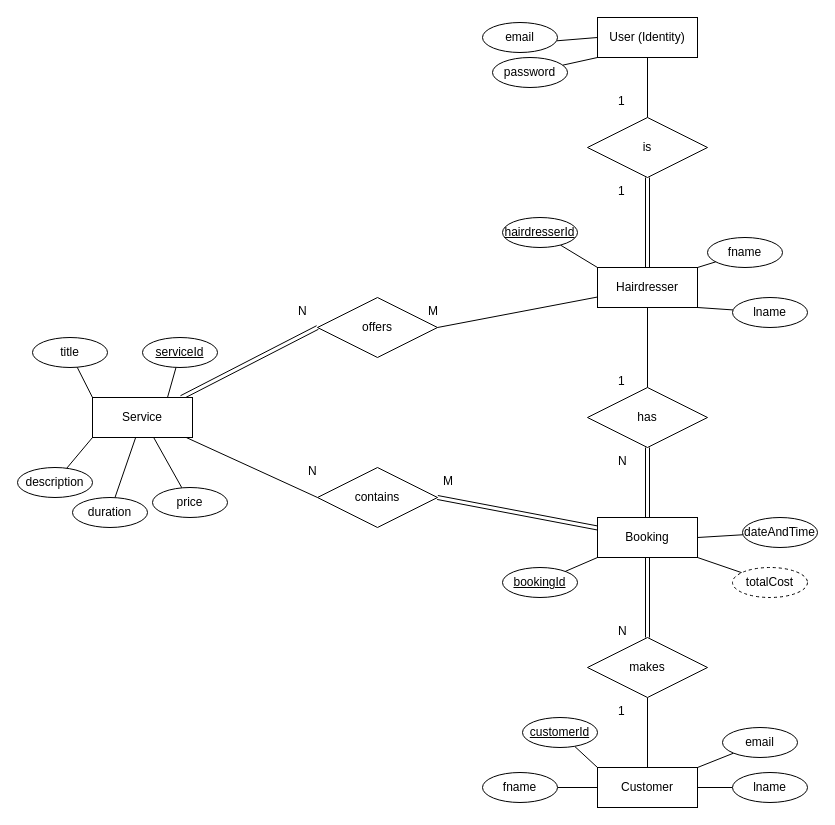
kimdude/HairdresserApp_take2 keeps this draw.io diagram as erDiagram.drawio. Above is the earlier version. Source tidied: cells renumbered, new cells numbered last; positions are measured from the earlier drawing's top-left corner, leaving out a move shared by most shapes. Both pictures are drawn from the tidied source at 100%, with x=0, y=0 at pixel (17, 17).
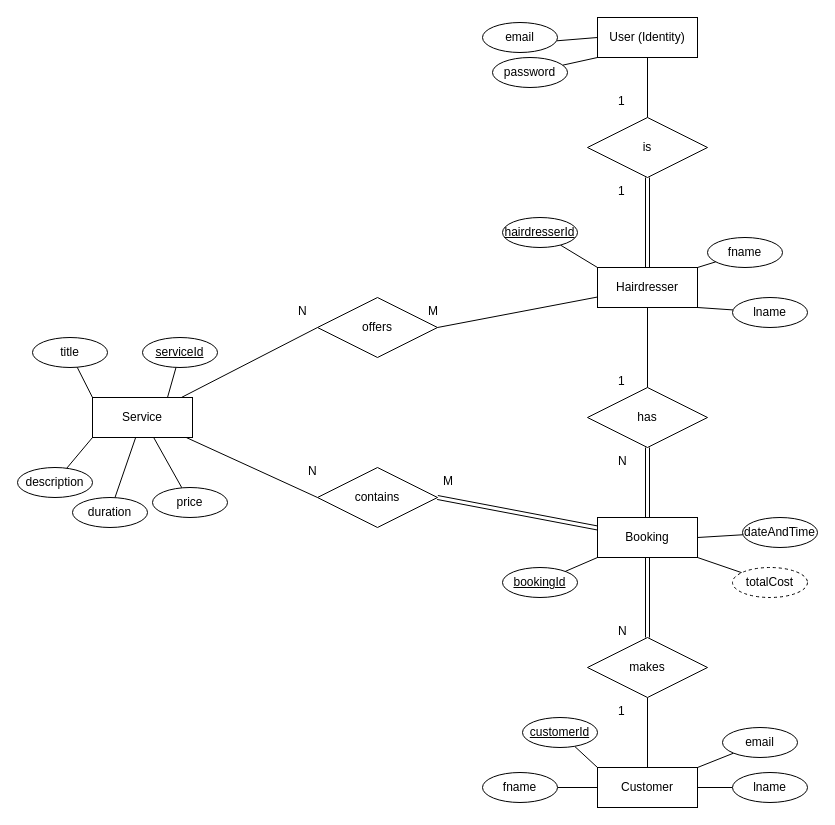
The same diagram, later.

Commit message:
Uppdaterat relation mellan service och hairdresser - Service måste ej erbjudas.

The change refers to these unchanged cells:
```xml
<mxCell id="9" value="Service" style="whiteSpace=wrap;html=1;align=center;" parent="1" vertex="1">
  <mxGeometry x="75" y="380" width="100" height="40" as="geometry" />
</mxCell>
<mxCell id="20" value="offers" style="shape=rhombus;perimeter=rhombusPerimeter;whiteSpace=wrap;html=1;align=center;" parent="1" vertex="1">
  <mxGeometry x="300" y="280" width="120" height="60" as="geometry" />
</mxCell>
```

The edit, as a diff of the source:
```diff
@@
-    <mxCell id="7" style="edgeStyle=none;html=1;entryX=0;entryY=0.5;entryDx=0;entryDy=0;endArrow=none;endFill=0;shape=link;" parent="1" edge="1" source="9" target="20">
+    <mxCell id="7" style="edgeStyle=none;html=1;entryX=0;entryY=0.5;entryDx=0;entryDy=0;endArrow=none;endFill=0;" parent="1" edge="1" source="9" target="20">
       <mxGeometry relative="1" as="geometry" />
     </mxCell>
```
